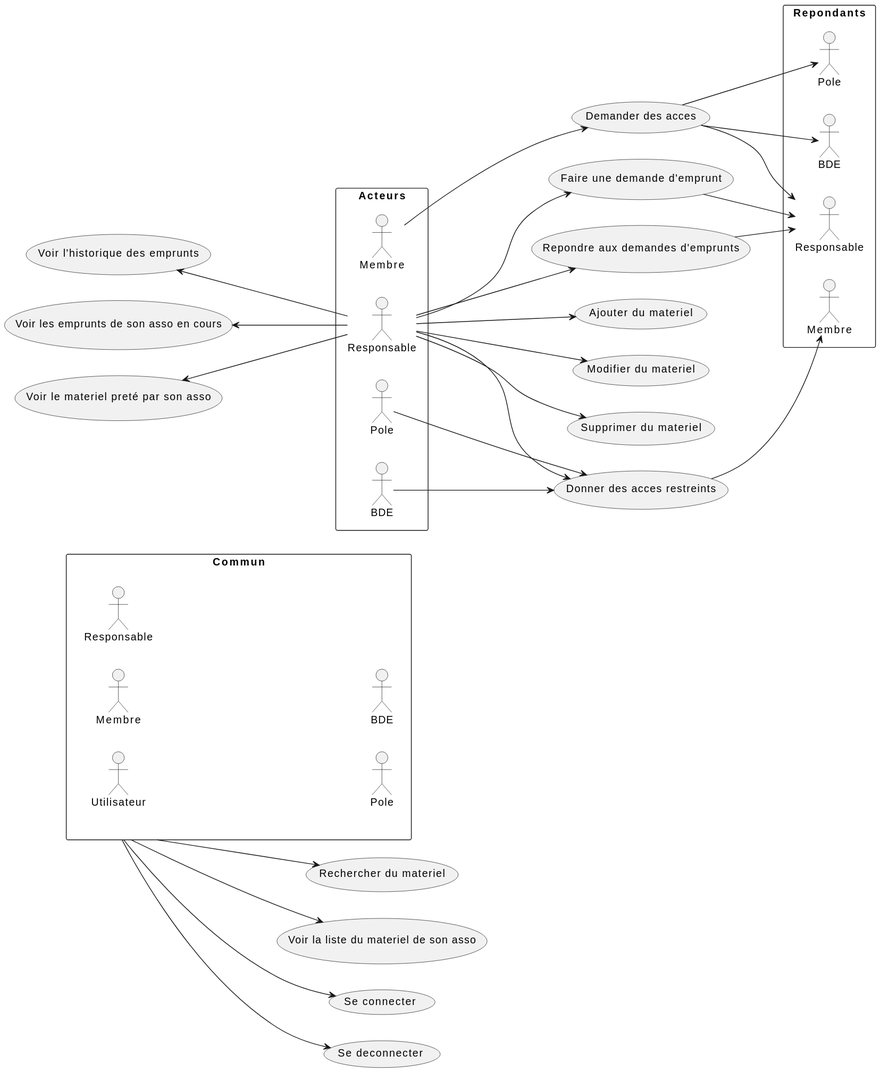
Earlier version of the PlantUML export Conception/Usecase_V2.svg (myrtmyrt/Bobby). Its diagram source:
```plantuml
@startuml
rectangle Commun {
:Utilisateur:
:Membre:
:Responsable:
:Pole:
:BDE:
}

usecase "Se connecter" as US1
usecase "Se deconnecter" as US2
usecase "Rechercher du materiel" as US3

left to right direction
Commun --> US1
Commun --> US2
Commun --> US3

usecase "Voir la liste du materiel de son asso" as US4
usecase "Ajouter du materiel" as US5
usecase "Modifier du materiel" as US6
usecase "Supprimer du materiel" as US7
usecase "Donner des acces restreints" as US8
usecase "Faire une demande d'emprunt" as US9
usecase "Voir l'historique des emprunts" as US10
usecase "Repondre aux demandes d'emprunts" as US11
usecase "Voir les emprunts de son asso en cours" as US12
usecase "Demander des acces" as US13
usecase "Voir le materiel preté par son asso" as US14

rectangle Acteurs{
:Membre: as m
:Responsable: as r
:Pole: as p
:BDE: as b
}

rectangle Repondants{
:Membre: as m2
:Responsable: as r2
:Pole: as p2
:BDE: as b2
}

left to right direction

Commun --> US4
r --> US9
r --> US5

r --> US6

r --> US7

r --> US8
US8 --> m2
p --> US8
b --> US8
US9 --> r2
US10 <-- r
r --> US11
US12 <-- r
m --> US13
US13 -->r2
US13 -->b2
US13 -->p2
US14 <--r
US11 --> r2
@enduml
```
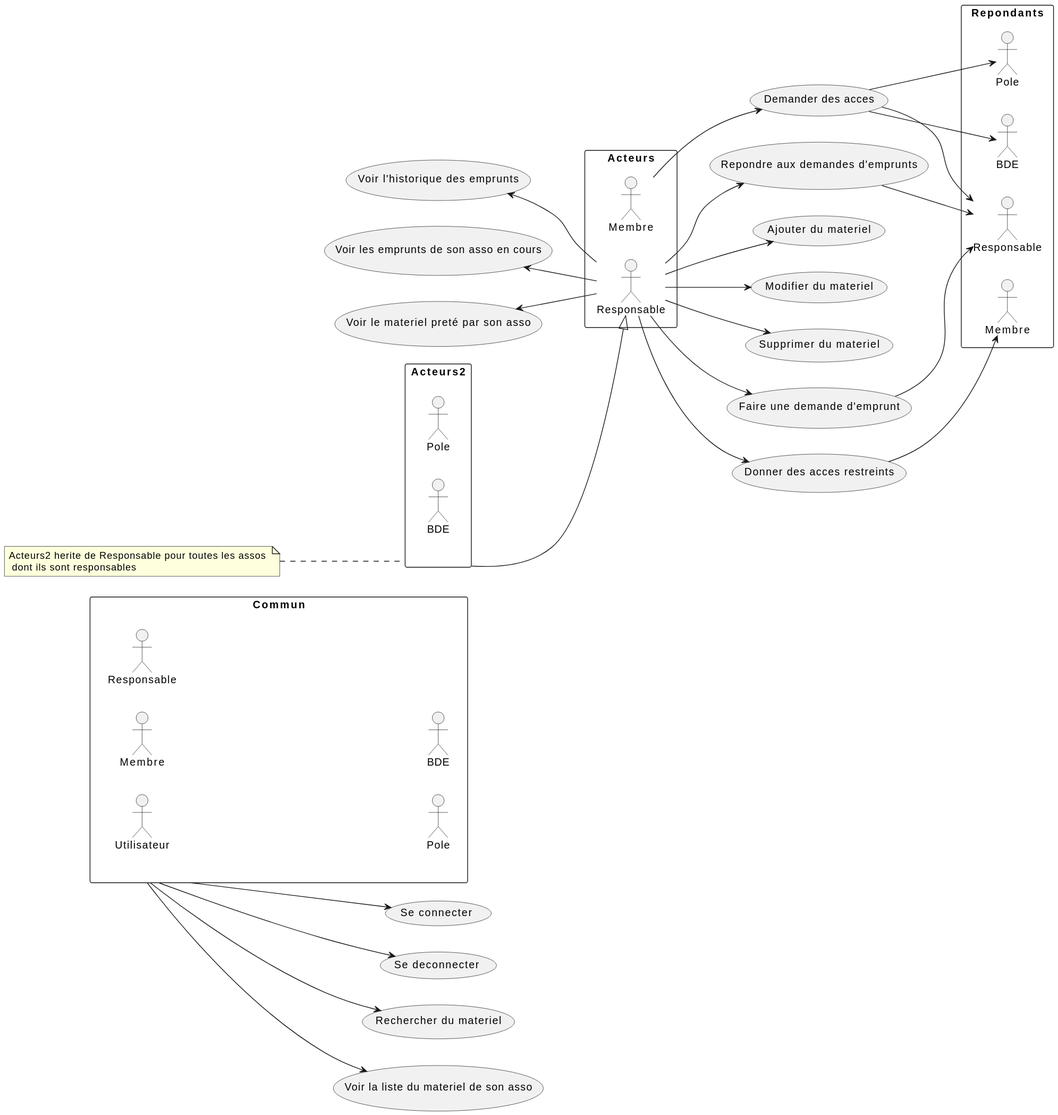
Above is the later version.

Change to the diagram source:
```diff
@@ -31,9 +31,15 @@
 rectangle Acteurs{
 :Membre: as m
 :Responsable: as r
+}
+
+rectangle Acteurs2{
 :Pole: as p
 :BDE: as b
 }
+
+Acteurs2 --|> r
+note left of Acteurs2 : Acteurs2 herite de Responsable pour toutes les assos \n dont ils sont responsables
 
 rectangle Repondants{
 :Membre: as m2
@@ -54,8 +60,7 @@
 
 r --> US8
 US8 --> m2
-p --> US8
-b --> US8
+
 US9 --> r2
 US10 <-- r
 r --> US11
```
